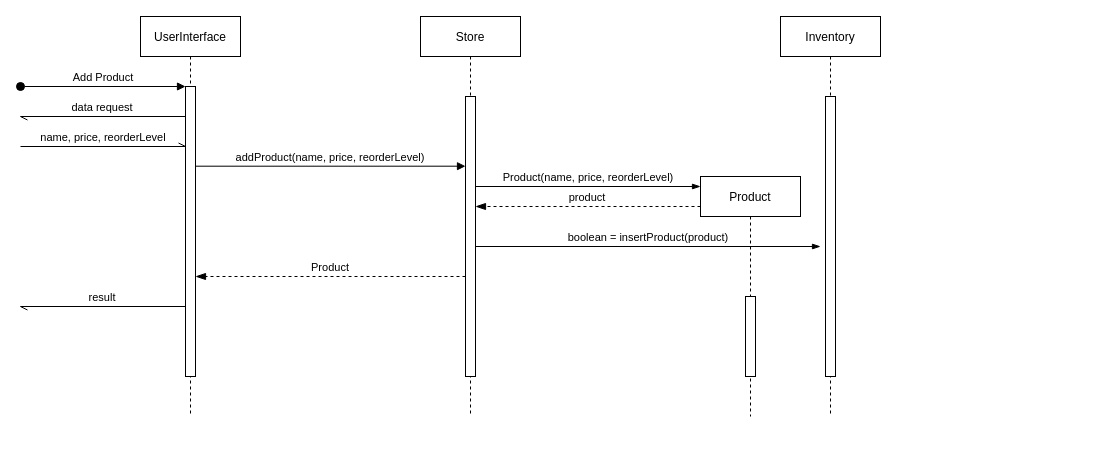
Before: Class Diagrams/Sequences/addProduct.drawio in qaalib101/ICS372GroupProject1, a draw.io diagram. Source tidied: cells renumbered, new cells numbered last; positions are measured from the earlier drawing's top-left corner, leaving out a move shared by most shapes. Both pictures are drawn from the tidied source at 100%, with x=0, y=0 at pixel (20, 16).
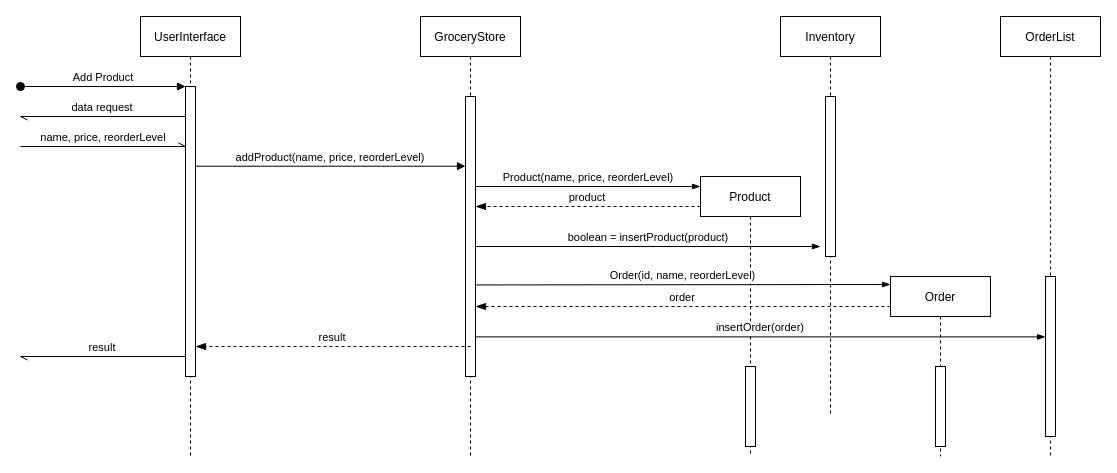
After the change.

Unchanged cells that the change refers to:
```xml
<mxCell id="3" style="points=[];perimeter=orthogonalPerimeter;rounded=0;shadow=0;strokeWidth=1;" parent="2" vertex="1">
  <mxGeometry x="45" y="70" width="10" height="290" as="geometry" />
</mxCell>
<mxCell id="10" style="points=[];perimeter=orthogonalPerimeter;rounded=0;shadow=0;strokeWidth=1;" parent="9" vertex="1">
  <mxGeometry x="45" y="80" width="10" height="280" as="geometry" />
</mxCell>
```

Diff of the diagram source:
```diff
@@
-    <mxCell id="2" value="UserInterface" style="shape=umlLifeline;perimeter=lifelinePerimeter;rounded=0;shadow=0;strokeWidth=1;" parent="1" vertex="1">
-      <mxGeometry x="120" width="100" height="400" as="geometry" />
+    <mxCell id="2" value="UserInterface" style="shape=umlLifeline;perimeter=lifelinePerimeter;rounded=0;shadow=0;strokeWidth=1;fillColor=default;strokeColor=default;fontColor=default;" parent="1" vertex="1">
+      <mxGeometry x="120" width="100" height="440" as="geometry" />
     </mxCell>
@@
-    <mxCell id="6" value="result" style="verticalAlign=bottom;endArrow=openAsync;shadow=0;strokeWidth=1;endFill=0;" parent="2" edge="1">
+    <mxCell id="6" value="result" style="verticalAlign=bottom;endArrow=openAsync;shadow=0;strokeWidth=1;endFill=0;strokeColor=default;labelBackgroundColor=default;fontColor=default;" parent="2" edge="1" source="3">
       <mxGeometry relative="1" as="geometry">
-        <mxPoint x="45" y="290" as="sourcePoint" />
-        <mxPoint x="-120" y="290" as="targetPoint" />
+        <mxPoint x="-120" y="340" as="targetPoint" />
       </mxGeometry>
     </mxCell>
@@
-    <mxCell id="9" value="Store" style="shape=umlLifeline;perimeter=lifelinePerimeter;rounded=0;shadow=0;strokeWidth=1;" parent="1" vertex="1">
-      <mxGeometry x="400" width="100" height="400" as="geometry" />
+    <mxCell id="9" value="GroceryStore" style="shape=umlLifeline;perimeter=lifelinePerimeter;rounded=0;shadow=0;strokeWidth=1;fontColor=default;fillColor=default;strokeColor=default;" parent="1" vertex="1">
+      <mxGeometry x="400" width="100" height="440" as="geometry" />
     </mxCell>
@@
-    <mxCell id="12" value="Product" style="shape=umlLifeline;perimeter=lifelinePerimeter;rounded=0;shadow=0;strokeWidth=1;" parent="1" vertex="1">
-      <mxGeometry x="680" y="160" width="100" height="240" as="geometry" />
+    <mxCell id="12" value="Product" style="shape=umlLifeline;perimeter=lifelinePerimeter;rounded=0;shadow=0;strokeWidth=1;fillColor=default;strokeColor=default;fontColor=default;" parent="1" vertex="1">
+      <mxGeometry x="680" y="160" width="100" height="280" as="geometry" />
     </mxCell>
-    <mxCell id="13" style="perimeter=orthogonalPerimeter;rounded=0;shadow=0;strokeWidth=1;" parent="12" vertex="1">
-      <mxGeometry x="45" y="120" width="10" height="80" as="geometry" />
+    <mxCell id="13" style="perimeter=orthogonalPerimeter;rounded=0;shadow=0;strokeWidth=1;fillColor=default;strokeColor=default;fontColor=default;" parent="12" vertex="1">
+      <mxGeometry x="45" y="190" width="10" height="80" as="geometry" />
     </mxCell>
+    <mxCell id="19" value="insertOrder(order)" style="verticalAlign=bottom;startArrow=none;endArrow=blockThin;startSize=8;shadow=0;strokeWidth=1;startFill=0;endFill=1;strokeColor=default;labelBackgroundColor=default;fontColor=default;exitX=0.952;exitY=0.673;exitDx=0;exitDy=0;exitPerimeter=0;" parent="12" edge="1" target="25">
+      <mxGeometry relative="1" as="geometry">
+        <mxPoint x="-225" y="160.4" as="sourcePoint" />
+      </mxGeometry>
+    </mxCell>
-    <mxCell id="14" value="product" style="verticalAlign=bottom;endArrow=blockThin;dashed=1;endSize=8;shadow=0;strokeWidth=1;endFill=1;" parent="1" edge="1" target="10">
+    <mxCell id="14" value="product" style="verticalAlign=bottom;endArrow=blockThin;dashed=1;endSize=8;shadow=0;strokeWidth=1;endFill=1;strokeColor=default;labelBackgroundColor=default;fontColor=default;" parent="1" edge="1" target="10">
       <mxGeometry relative="1" as="geometry">
         <mxPoint x="680" y="190" as="sourcePoint" />
       </mxGeometry>
     </mxCell>
-    <mxCell id="15" value="boolean = insertProduct(product)" style="verticalAlign=bottom;startArrow=none;endArrow=blockThin;startSize=8;shadow=0;strokeWidth=1;startFill=0;endFill=1;" parent="1" edge="1">
+    <mxCell id="15" value="boolean = insertProduct(product)" style="verticalAlign=bottom;startArrow=none;endArrow=blockThin;startSize=8;shadow=0;strokeWidth=1;startFill=0;endFill=1;strokeColor=default;labelBackgroundColor=default;fontColor=default;" parent="1" edge="1">
       <mxGeometry relative="1" as="geometry">
         <mxPoint x="455" y="230" as="sourcePoint" />
         <mxPoint x="800" y="230" as="targetPoint" />
       </mxGeometry>
     </mxCell>
-    <mxCell id="16" value="Inventory" style="shape=umlLifeline;perimeter=lifelinePerimeter;rounded=0;shadow=0;strokeWidth=1;" parent="1" vertex="1">
+    <mxCell id="16" value="Inventory" style="shape=umlLifeline;perimeter=lifelinePerimeter;rounded=0;shadow=0;strokeWidth=1;fillColor=default;strokeColor=default;fontColor=default;" parent="1" vertex="1">
       <mxGeometry x="760" width="100" height="400" as="geometry" />
     </mxCell>
-    <mxCell id="17" style="perimeter=orthogonalPerimeter;rounded=0;shadow=0;strokeWidth=1;" parent="16" vertex="1">
-      <mxGeometry x="45" y="80" width="10" height="280" as="geometry" />
+    <mxCell id="17" style="perimeter=orthogonalPerimeter;rounded=0;shadow=0;strokeWidth=1;fillColor=default;strokeColor=default;fontColor=default;" parent="16" vertex="1">
+      <mxGeometry x="45" y="80" width="10" height="160" as="geometry" />
     </mxCell>
-    <mxCell id="18" value="Product" style="verticalAlign=bottom;endArrow=blockThin;dashed=1;endSize=8;shadow=0;strokeWidth=1;endFill=1;" parent="1" edge="1" target="3">
-      <mxGeometry relative="1" as="geometry">
-        <mxPoint x="445" y="260" as="sourcePoint" />
-      </mxGeometry>
+    <mxCell id="18" value="result" style="verticalAlign=bottom;endArrow=blockThin;dashed=1;endSize=8;shadow=0;strokeWidth=1;endFill=1;labelBackgroundColor=default;fontColor=default;exitX=0.5;exitY=0.893;exitDx=0;exitDy=0;exitPerimeter=0;strokeColor=default;" parent="1" edge="1" source="10" target="3">
+      <mxGeometry relative="1" as="geometry" />
     </mxCell>
+    <mxCell id="20" value="Order" style="shape=umlLifeline;perimeter=lifelinePerimeter;rounded=0;shadow=0;strokeWidth=1;fillColor=default;strokeColor=default;fontColor=default;" parent="1" vertex="1">
+      <mxGeometry x="870" y="260" width="100" height="180" as="geometry" />
+    </mxCell>
+    <mxCell id="21" style="perimeter=orthogonalPerimeter;rounded=0;shadow=0;strokeWidth=1;fillColor=default;strokeColor=default;fontColor=default;" parent="20" vertex="1">
+      <mxGeometry x="45" y="90" width="10" height="80" as="geometry" />
+    </mxCell>
+    <mxCell id="22" value="Order(id, name, reorderLevel)" style="verticalAlign=bottom;startArrow=none;endArrow=blockThin;startSize=8;shadow=0;strokeWidth=1;startFill=0;endFill=1;strokeColor=default;labelBackgroundColor=default;fontColor=default;exitX=0.952;exitY=0.673;exitDx=0;exitDy=0;exitPerimeter=0;" parent="1" edge="1" source="10">
+      <mxGeometry relative="1" as="geometry">
+        <mxPoint x="870" y="268" as="targetPoint" />
+      </mxGeometry>
+    </mxCell>
+    <mxCell id="23" value="order" style="verticalAlign=bottom;endArrow=blockThin;dashed=1;endSize=8;shadow=0;strokeWidth=1;endFill=1;strokeColor=default;labelBackgroundColor=default;fontColor=default;exitX=0;exitY=0.167;exitDx=0;exitDy=0;exitPerimeter=0;" parent="1" edge="1" source="20">
+      <mxGeometry relative="1" as="geometry">
+        <mxPoint x="455" y="290" as="targetPoint" />
+      </mxGeometry>
+    </mxCell>
+    <mxCell id="24" value="OrderList" style="shape=umlLifeline;perimeter=lifelinePerimeter;rounded=0;shadow=0;strokeWidth=1;fillColor=default;strokeColor=default;fontColor=default;" parent="1" vertex="1">
+      <mxGeometry x="980" width="100" height="440" as="geometry" />
+    </mxCell>
+    <mxCell id="25" style="points=[];perimeter=orthogonalPerimeter;rounded=0;shadow=0;strokeWidth=1;fillColor=default;strokeColor=default;fontColor=default;" parent="24" vertex="1">
+      <mxGeometry x="45" y="260" width="10" height="160" as="geometry" />
+    </mxCell>
```
